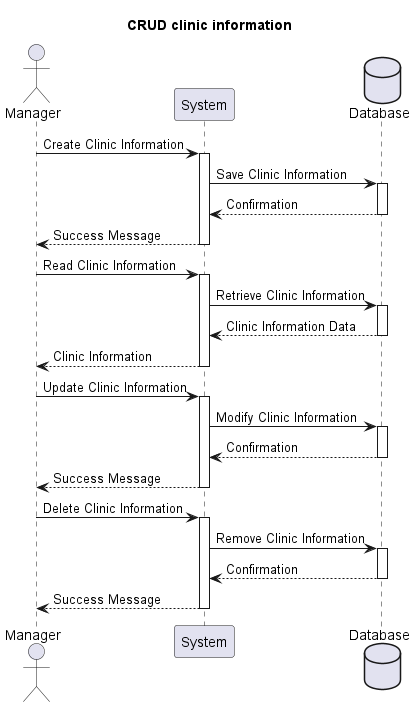
This is Lab1.2/Sequence diagram/CRUD dentail clinic information_seq.png from baonehe/SE357-Pratice-class, a PlantUML export, as it was before one commit. The source it was exported from:
```plantuml
@startuml
title CRUD clinic information

actor Manager
participant System
Database Database

Manager -> System: Create Clinic Information
activate System
System -> Database: Save Clinic Information
activate Database
Database --> System: Confirmation
deactivate Database
System --> Manager: Success Message
deactivate System

Manager -> System: Read Clinic Information
activate System
System -> Database: Retrieve Clinic Information
activate Database
Database --> System: Clinic Information Data
deactivate Database
System --> Manager: Clinic Information
deactivate System

Manager -> System: Update Clinic Information
activate System
System -> Database: Modify Clinic Information
activate Database
Database --> System: Confirmation
deactivate Database
System --> Manager: Success Message
deactivate System

Manager -> System: Delete Clinic Information
activate System
System -> Database: Remove Clinic Information
activate Database
Database --> System: Confirmation
deactivate Database
System --> Manager: Success Message
deactivate System

@enduml
```
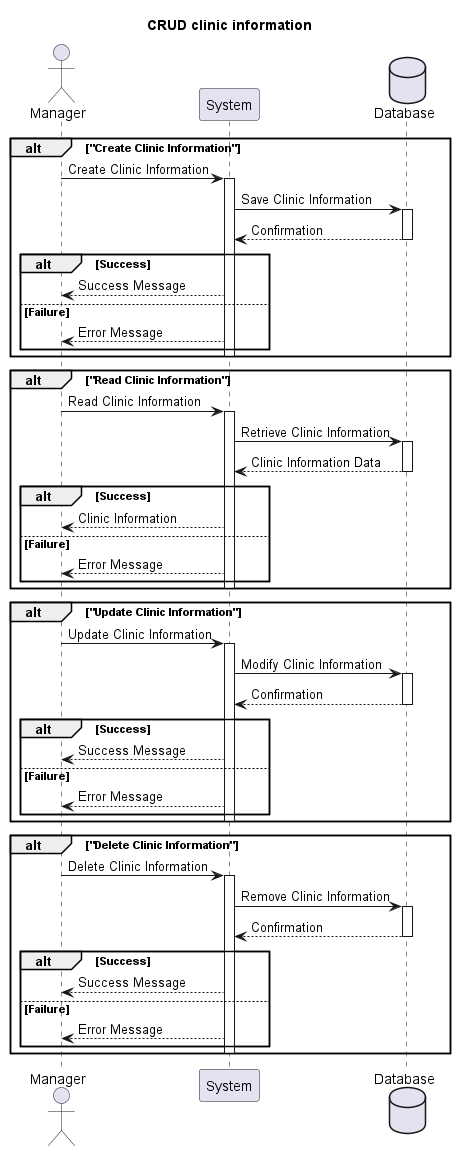
Later version of the same file.

Diff of the diagram source:
```diff
@@ -5,40 +5,64 @@
 participant System
 Database Database
 
-Manager -> System: Create Clinic Information
-activate System
-System -> Database: Save Clinic Information
-activate Database
-Database --> System: Confirmation
-deactivate Database
-System --> Manager: Success Message
-deactivate System
+alt "Create Clinic Information"
+  Manager -> System: Create Clinic Information
+  activate System
+  System -> Database: Save Clinic Information
+  activate Database
+  Database --> System: Confirmation
+  deactivate Database
+  alt Success
+    System --> Manager: Success Message
+  else Failure
+    System --> Manager: Error Message
+  end
+  deactivate System
+end
 
-Manager -> System: Read Clinic Information
-activate System
-System -> Database: Retrieve Clinic Information
-activate Database
-Database --> System: Clinic Information Data
-deactivate Database
-System --> Manager: Clinic Information
-deactivate System
+alt "Read Clinic Information"
+  Manager -> System: Read Clinic Information
+  activate System
+  System -> Database: Retrieve Clinic Information
+  activate Database
+  Database --> System: Clinic Information Data
+  deactivate Database
+  alt Success
+    System --> Manager: Clinic Information
+  else Failure
+    System --> Manager: Error Message
+  end
+  deactivate System
+end
 
-Manager -> System: Update Clinic Information
-activate System
-System -> Database: Modify Clinic Information
-activate Database
-Database --> System: Confirmation
-deactivate Database
-System --> Manager: Success Message
-deactivate System
+alt "Update Clinic Information"
+  Manager -> System: Update Clinic Information
+  activate System
+  System -> Database: Modify Clinic Information
+  activate Database
+  Database --> System: Confirmation
+  deactivate Database
+  alt Success
+    System --> Manager: Success Message
+  else Failure
+    System --> Manager: Error Message
+  end
+  deactivate System
+end
 
-Manager -> System: Delete Clinic Information
-activate System
-System -> Database: Remove Clinic Information
-activate Database
-Database --> System: Confirmation
-deactivate Database
-System --> Manager: Success Message
-deactivate System
+alt "Delete Clinic Information"
+  Manager -> System: Delete Clinic Information
+  activate System
+  System -> Database: Remove Clinic Information
+  activate Database
+  Database --> System: Confirmation
+  deactivate Database
+  alt Success
+    System --> Manager: Success Message
+  else Failure
+    System --> Manager: Error Message
+  end
+  deactivate System
+end
 
 @enduml
```
